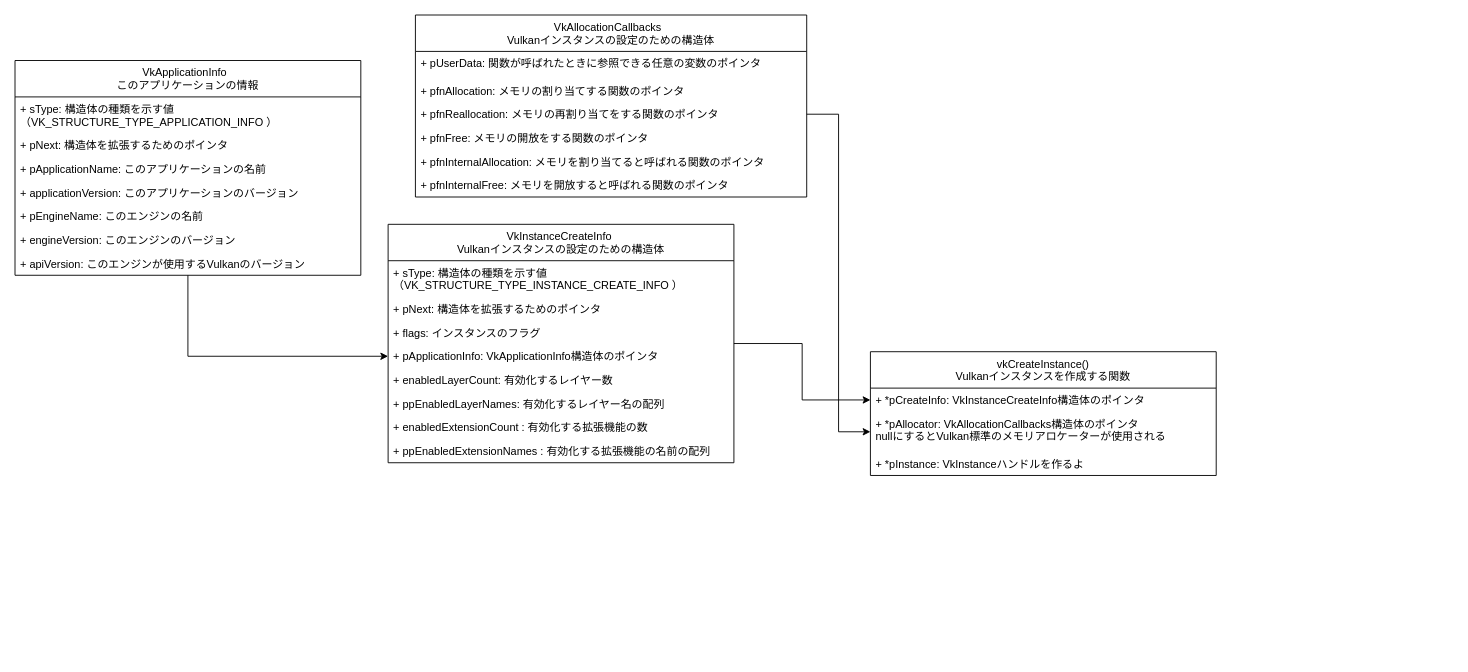
The draw.io diagram vulkan_render.drawio in snamas/vulkan_relation, before the edit. Source tidied: cells renumbered, new cells numbered last; positions are measured from the earlier drawing's top-left corner, leaving out a move shared by most shapes. Both pictures are drawn from the tidied source at 91%, with x=0, y=0 at pixel (15, 15).
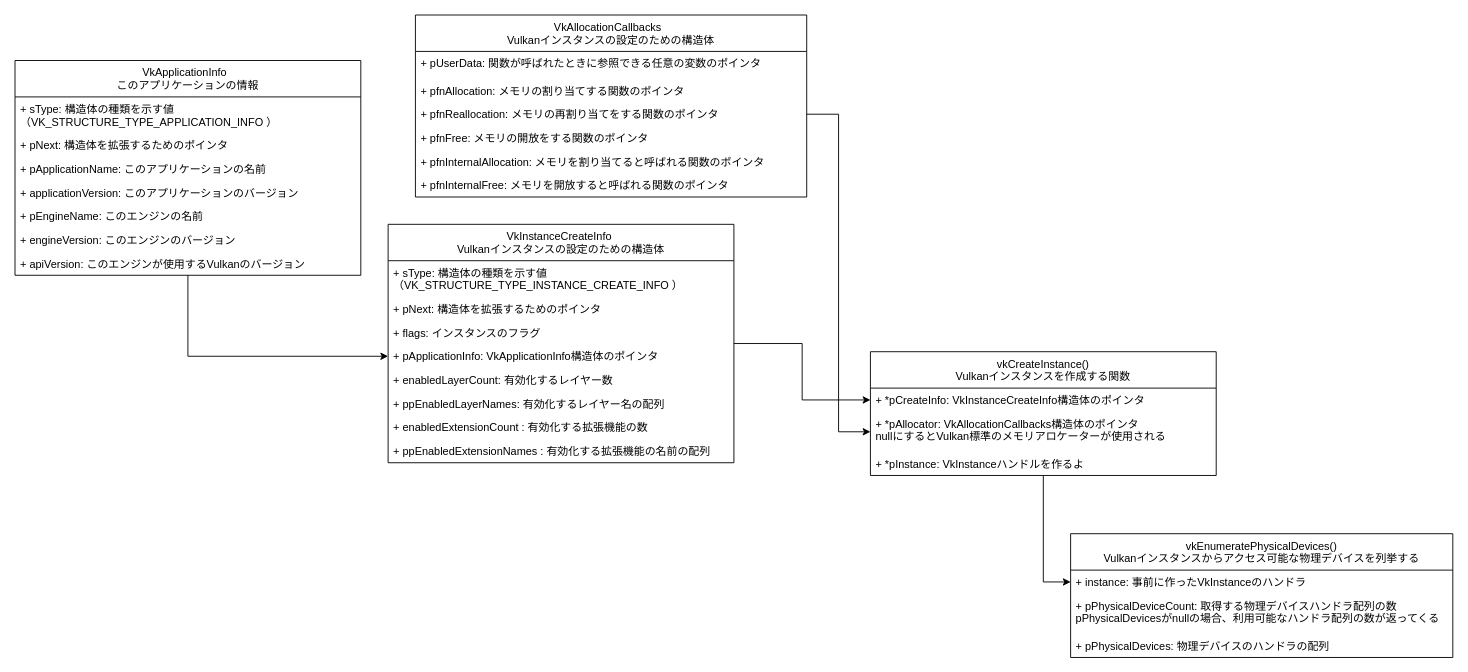
Above is the later version.

The change refers to these unchanged cells:
```xml
<mxCell id="2" value="vkCreateInstance()&#10;Vulkanインスタンスを作成する関数" style="swimlane;fontStyle=0;horizontal=1;startSize=40;fillColor=none;" parent="1" vertex="1">
  <mxGeometry x="940" y="370" width="380" height="136" as="geometry" />
</mxCell>
```

The edit, as a diff of the source:
```diff
@@
+    <mxCell id="33" style="edgeStyle=orthogonalEdgeStyle;rounded=0;jettySize=auto;html=1;" parent="1" edge="1" source="2" target="35">
+      <mxGeometry relative="1" as="geometry" />
+    </mxCell>
@@
+    <mxCell id="34" value="vkEnumeratePhysicalDevices()&#10;Vulkanインスタンスからアクセス可能な物理デバイスを列挙する" style="swimlane;fontStyle=0;horizontal=1;startSize=40;fillColor=none;" parent="1" vertex="1">
+      <mxGeometry x="1160" y="570" width="420" height="136" as="geometry" />
+    </mxCell>
+    <mxCell id="35" value="+ instance: 事前に作ったVkInstanceのハンドラ" style="text;strokeColor=none;fillColor=none;align=left;verticalAlign=top;spacingLeft=4;spacingRight=4;overflow=hidden;points=[[0,0.5],[1,0.5]];portConstraint=eastwest;" parent="34" vertex="1">
+      <mxGeometry y="40" width="420" height="26" as="geometry" />
+    </mxCell>
+    <mxCell id="36" value="+ pPhysicalDeviceCount: 取得する物理デバイスハンドラ配列の数&#10;pPhysicalDevicesがnullの場合、利用可能なハンドラ配列の数が返ってくる" style="text;strokeColor=none;fillColor=none;align=left;verticalAlign=top;spacingLeft=4;spacingRight=4;overflow=hidden;" parent="34" vertex="1">
+      <mxGeometry y="66" width="420" height="44" as="geometry" />
+    </mxCell>
+    <mxCell id="37" value="+ pPhysicalDevices: 物理デバイスのハンドラの配列" style="text;strokeColor=none;fillColor=none;align=left;verticalAlign=top;spacingLeft=4;spacingRight=4;overflow=hidden;" parent="34" vertex="1">
+      <mxGeometry y="110" width="420" height="26" as="geometry" />
+    </mxCell>
```
